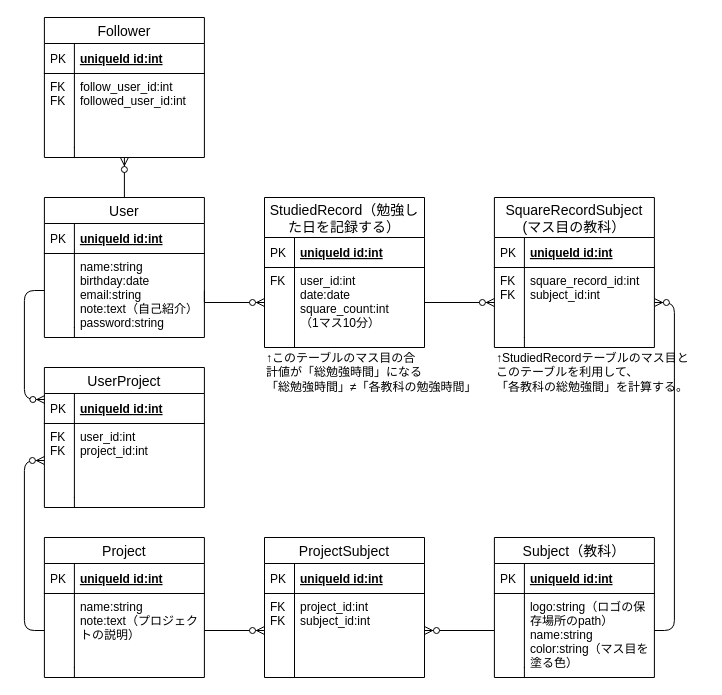
Earlier version of the draw.io diagram draw.io/er.drawio (paraizo2424/codebase-hackathon-vol1-team-colors). Source tidied: cells renumbered, new cells numbered last; positions are measured from the earlier drawing's top-left corner, leaving out a move shared by most shapes. Both pictures are drawn from the tidied source at 100%, with x=0, y=0 at pixel (44, 17).
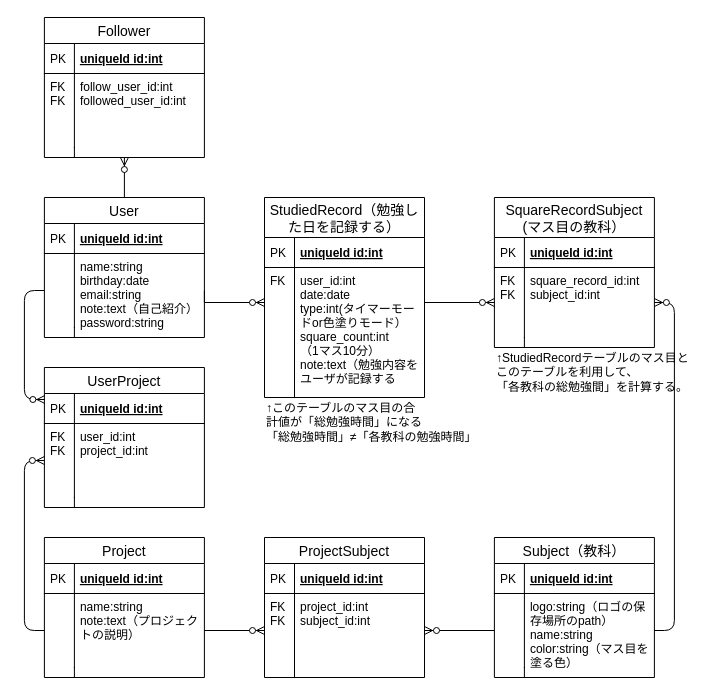
The same diagram, later.

Commit message:
StudedRecoredテーブルにカラムを追加

Unchanged cells that the change refers to:
```xml
<mxCell id="62" value="square_record_id:int&#10;subject_id:int" style="shape=partialRectangle;top=0;left=0;right=0;bottom=0;align=left;verticalAlign=top;fillColor=none;spacingLeft=34;spacingRight=4;overflow=hidden;points=[[0,0.5],[1,0.5]];portConstraint=eastwest;fontSize=12;" parent="59" vertex="1">
  <mxGeometry y="70" width="160" height="70" as="geometry" />
</mxCell>
```

Diff of the diagram source:
```diff
@@
     <mxCell id="43" value="StudiedRecord（勉強し&#10;た日を記録する）" style="swimlane;fontStyle=0;horizontal=1;startSize=40;align=center;fontSize=14;" parent="1" vertex="1">
-      <mxGeometry x="220" y="180" width="160" height="150" as="geometry" />
+      <mxGeometry x="220" y="180" width="160" height="200" as="geometry" />
     </mxCell>
@@
-    <mxCell id="46" value="user_id:int&#10;date:date&#10;square_count:int&#10;（1マス10分）" style="shape=partialRectangle;top=0;left=0;right=0;bottom=0;align=left;verticalAlign=top;fillColor=none;spacingLeft=34;spacingRight=4;overflow=hidden;points=[[0,0.5],[1,0.5]];portConstraint=eastwest;fontSize=12;" parent="43" vertex="1">
-      <mxGeometry y="70" width="160" height="70" as="geometry" />
+    <mxCell id="46" value="user_id:int&#10;date:date&#10;type:int(タイマーモー&#10;ドor色塗りモード）&#10;square_count:int&#10;（1マス10分）&#10;note:text（勉強内容を&#10;ユーザが記録する&#10;" style="shape=partialRectangle;top=0;left=0;right=0;bottom=0;align=left;verticalAlign=top;fillColor=none;spacingLeft=34;spacingRight=4;overflow=hidden;points=[[0,0.5],[1,0.5]];portConstraint=eastwest;fontSize=12;" parent="43" vertex="1">
+      <mxGeometry y="70" width="160" height="120" as="geometry" />
     </mxCell>
     <mxCell id="47" value="FK&#10;" style="shape=partialRectangle;top=0;left=0;bottom=0;fillColor=none;align=left;verticalAlign=top;spacingLeft=4;spacingRight=4;overflow=hidden;fontSize=12;" parent="46" vertex="1">
-      <mxGeometry width="30" height="70" as="geometry" />
+      <mxGeometry width="30" height="120" as="geometry" />
     </mxCell>
     <mxCell id="48" style="shape=partialRectangle;top=0;left=0;right=0;bottom=0;align=left;verticalAlign=top;fillColor=none;spacingLeft=34;spacingRight=4;overflow=hidden;fontSize=12;" parent="43" vertex="1">
-      <mxGeometry y="140" width="160" height="10" as="geometry" />
+      <mxGeometry y="190" width="160" height="10" as="geometry" />
     </mxCell>
@@
     <mxCell id="57" style="edgeStyle=orthogonalEdgeStyle;fontSize=12;html=1;endArrow=ERzeroToMany;endFill=1;elbow=vertical;rounded=0;exitX=1;exitY=0.5;exitDx=0;exitDy=0;entryX=0;entryY=0.5;entryDx=0;entryDy=0;" parent="1" edge="1" source="46" target="62">
-      <mxGeometry relative="1" as="geometry" />
+      <mxGeometry relative="1" as="geometry">
+        <Array as="points">
+          <mxPoint x="380" y="285" />
+        </Array>
+      </mxGeometry>
     </mxCell>
@@
     <mxCell id="66" value="↑このテーブルのマス目の合&lt;br&gt;計値が「総勉強時間」になる&lt;br&gt;「総勉強時間」≠「各教科の勉強時間」" style="text;html=1;align=left;verticalAlign=middle;" parent="1" vertex="1">
-      <mxGeometry x="220" y="330" width="230" height="50" as="geometry" />
+      <mxGeometry x="219.9" y="380" width="230" height="50" as="geometry" />
     </mxCell>
```
